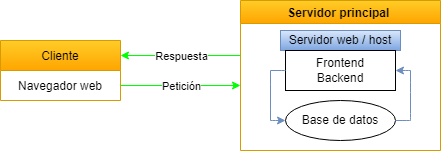
This is My_portfolio_arquitecture.drawio.png from Geronimo-Samaja/My_repository_01, a draw.io export, as it was before one commit. Source tidied: cells renumbered, new cells last; positions are measured from the earlier drawing's top-left corner, leaving out a move shared by most shapes.
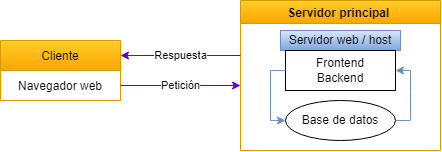
The same file after the commit.

Diff of the diagram source:
```diff
@@ -23,7 +23,7 @@
     <mxCell id="8" style="edgeStyle=none;shape=connector;curved=1;rounded=0;orthogonalLoop=1;jettySize=auto;html=1;entryX=1;entryY=0.5;entryDx=0;entryDy=0;labelBackgroundColor=default;fontFamily=Helvetica;fontSize=11;fontColor=default;endArrow=classic;strokeColor=default;" parent="4" edge="1" source="5" target="5">
       <mxGeometry relative="1" as="geometry" />
     </mxCell>
-    <mxCell id="9" style="endArrow=classic;html=1;rounded=0;exitX=1;exitY=0.5;exitDx=0;exitDy=0;fillColor=#ffcd28;strokeColor=#00FF00;gradientColor=#ffa500;" parent="1" edge="1" source="3">
+    <mxCell id="9" style="endArrow=classic;html=1;rounded=0;exitX=1;exitY=0.5;exitDx=0;exitDy=0;fillColor=#76608a;strokeColor=#6600CC;" parent="1" edge="1" source="3">
       <mxGeometry relative="1" as="geometry">
         <mxPoint x="240" y="85" as="targetPoint" />
       </mxGeometry>
@@ -31,7 +31,7 @@
     <mxCell id="10" value="Petición" style="edgeLabel;html=1;align=center;verticalAlign=middle;" parent="9" vertex="1">
       <mxGeometry relative="1" as="geometry" />
     </mxCell>
-    <mxCell id="11" style="endArrow=classic;html=1;rounded=0;entryX=1;entryY=0.25;entryDx=0;entryDy=0;fillColor=#ffcd28;strokeColor=#00FF00;gradientColor=#ffa500;" parent="1" edge="1" target="2">
+    <mxCell id="11" style="endArrow=classic;html=1;rounded=0;entryX=1;entryY=0.25;entryDx=0;entryDy=0;fillColor=#76608a;strokeColor=#6600CC;" parent="1" edge="1" target="2">
       <mxGeometry relative="1" as="geometry">
         <mxPoint x="240" y="55" as="sourcePoint" />
       </mxGeometry>
```
